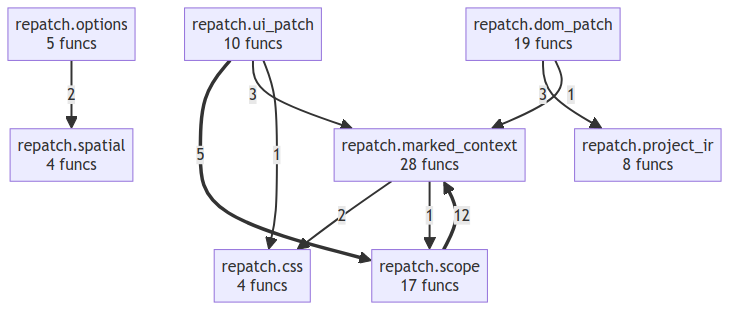
semcod/repatch keeps this Mermaid diagram as project/compact_flow.png. Above is the earlier version. Its source is kept beside it as project/compact_flow.mmd.
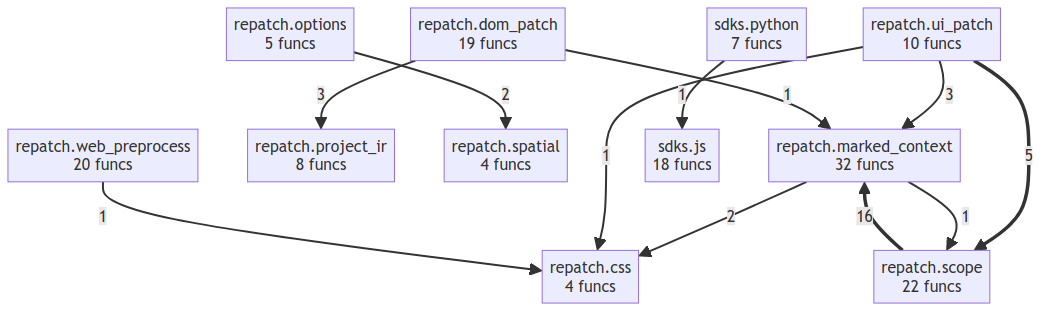
The same file after the commit.

Diff of the diagram source:
```diff
@@ -1,13 +1,16 @@
 flowchart TD
     repatch__css["repatch.css<br/>4 funcs"]
     repatch__dom_patch["repatch.dom_patch<br/>19 funcs"]
-    repatch__marked_context["repatch.marked_context<br/>28 funcs"]
+    repatch__marked_context["repatch.marked_context<br/>32 funcs"]
     repatch__options["repatch.options<br/>5 funcs"]
     repatch__project_ir["repatch.project_ir<br/>8 funcs"]
-    repatch__scope["repatch.scope<br/>17 funcs"]
+    repatch__scope["repatch.scope<br/>22 funcs"]
     repatch__spatial["repatch.spatial<br/>4 funcs"]
     repatch__ui_patch["repatch.ui_patch<br/>10 funcs"]
-    repatch__scope ==>|12| repatch__marked_context
+    repatch__web_preprocess["repatch.web_preprocess<br/>20 funcs"]
+    sdks__js["sdks.js<br/>18 funcs"]
+    sdks__python["sdks.python<br/>7 funcs"]
+    repatch__scope ==>|16| repatch__marked_context
     repatch__ui_patch ==>|5| repatch__scope
     repatch__dom_patch -->|3| repatch__project_ir
     repatch__ui_patch -->|3| repatch__marked_context
@@ -16,3 +19,5 @@
     repatch__dom_patch -->|1| repatch__marked_context
     repatch__marked_context -->|1| repatch__scope
     repatch__ui_patch -->|1| repatch__css
+    repatch__web_preprocess -->|1| repatch__css
+    sdks__python -->|1| sdks__js
```
